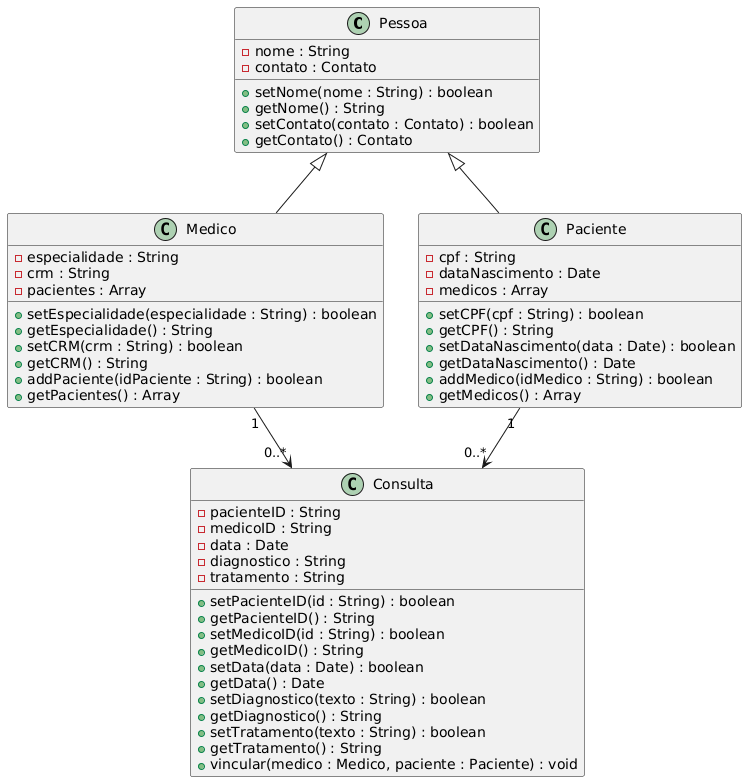
This is diagrama.png from RaphaelScheideggerG/Sistema-de-Clinica-Medica, a PlantUML export, as it was before one commit.
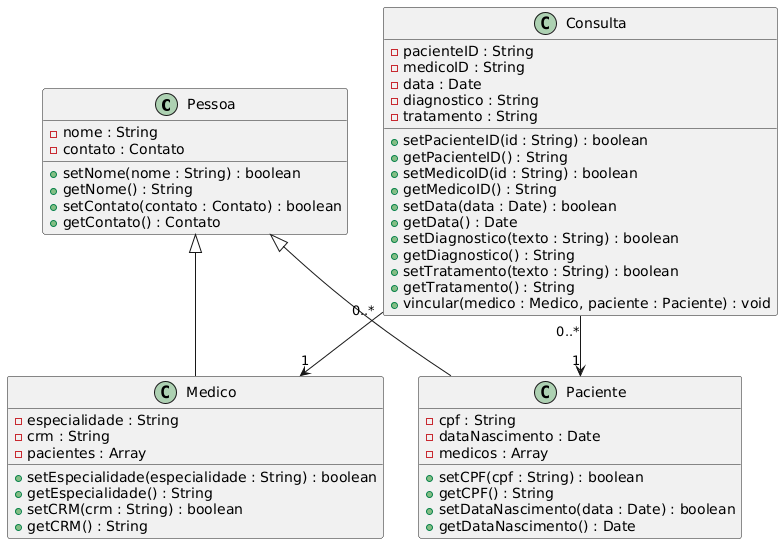
The same diagram one commit later.

Diff of the diagram source:
```diff
@@ -16,8 +16,6 @@
   + getEspecialidade() : String
   + setCRM(crm : String) : boolean
   + getCRM() : String
-  + addPaciente(idPaciente : String) : boolean
-  + getPacientes() : Array
 }
 
 class Paciente {
@@ -28,8 +26,6 @@
   + getCPF() : String
   + setDataNascimento(data : Date) : boolean
   + getDataNascimento() : Date
-  + addMedico(idMedico : String) : boolean
-  + getMedicos() : Array
 }
 
 class Consulta {
@@ -54,6 +50,6 @@
 Pessoa <|-- Medico
 Pessoa <|-- Paciente
 
-Paciente "1" --> "0..*" Consulta
-Medico "1" --> "0..*" Consulta
+Consulta "0..*" --> "1" Medico
+Consulta "0..*" --> "1" Paciente
 @enduml
```
